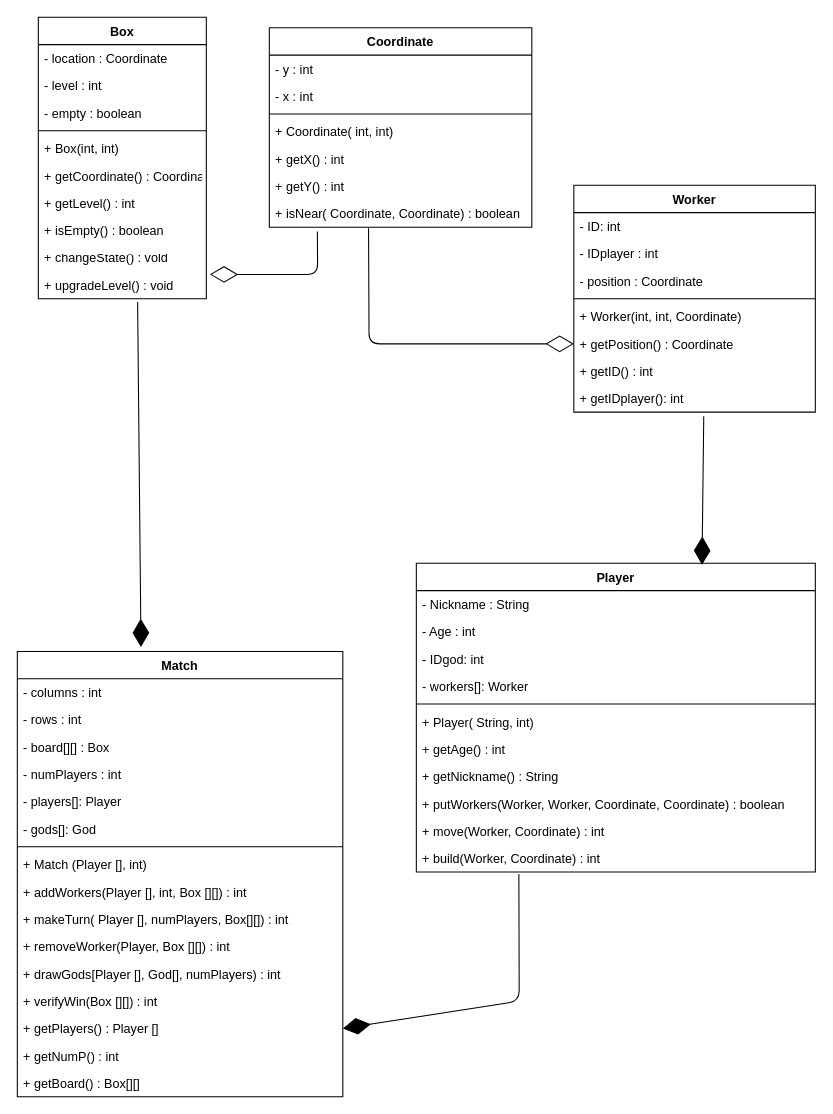
Before: UMLproject.drawio in MancoCarlo/MultiplayerGame_Santorini, a draw.io diagram. Source tidied: cells renumbered, new cells numbered last; positions are measured from the earlier drawing's top-left corner, leaving out a move shared by most shapes. Both pictures are drawn from the tidied source at 105%, with x=0, y=0 at pixel (17, 17).
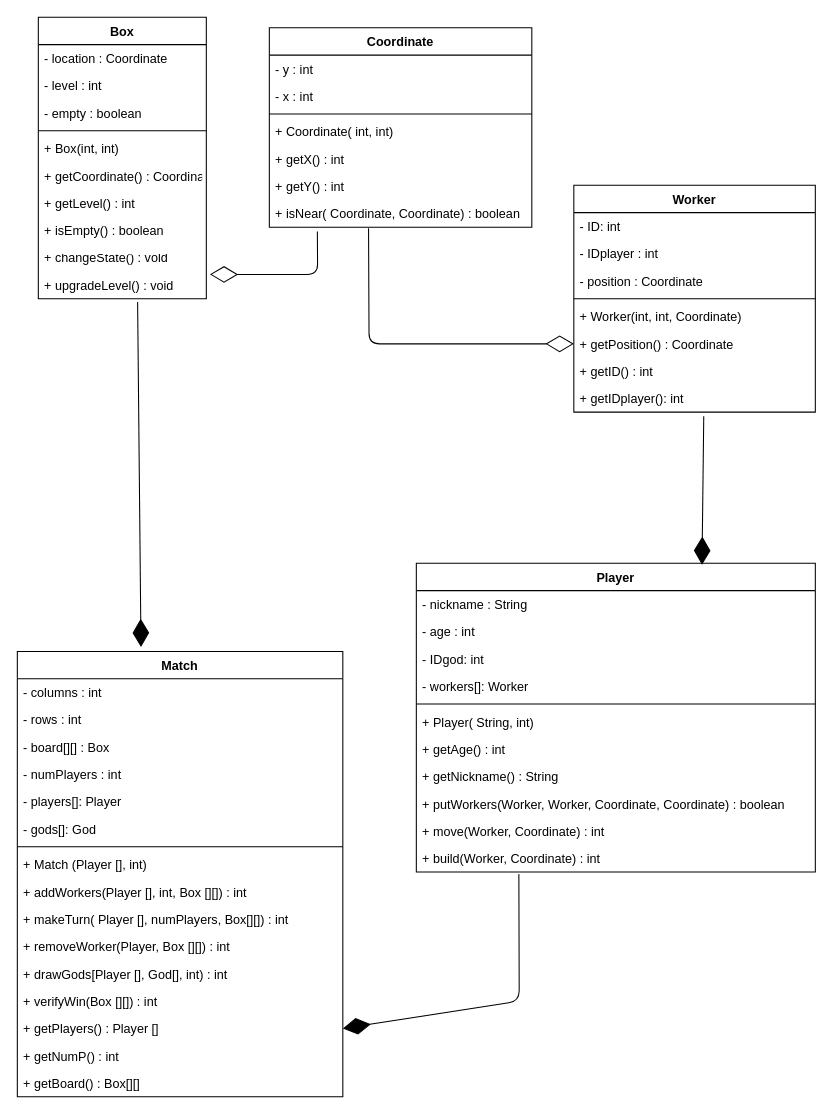
The same page after the edit.

The change refers to these unchanged cells:
```xml
<mxCell id="35" value="Match" style="swimlane;fontStyle=1;align=center;verticalAlign=top;horizontal=1;startSize=26;fillColor=none;" parent="1" vertex="1">
  <mxGeometry y="604" width="310" height="424" as="geometry" />
</mxCell>
<mxCell id="52" value="Player" style="swimlane;fontStyle=1;align=center;verticalAlign=top;horizontal=1;startSize=26;fillColor=none;" parent="1" vertex="1">
  <mxGeometry x="380" y="520" width="380" height="294" as="geometry" />
</mxCell>
```

Diff of the diagram source:
```diff
@@
-    <mxCell id="47" value="+ drawGods[Player [], God[], numPlayers) : int" style="text;strokeColor=none;fillColor=none;align=left;verticalAlign=top;spacingLeft=4;spacingRight=4;overflow=hidden;" parent="35" vertex="1">
+    <mxCell id="47" value="+ drawGods[Player [], God[], int) : int" style="text;strokeColor=none;fillColor=none;align=left;verticalAlign=top;spacingLeft=4;spacingRight=4;overflow=hidden;" parent="35" vertex="1">
       <mxGeometry y="294" width="310" height="26" as="geometry" />
     </mxCell>
@@
-    <mxCell id="53" value="- Nickname : String" style="text;strokeColor=none;fillColor=none;align=left;verticalAlign=top;spacingLeft=4;spacingRight=4;overflow=hidden;" parent="52" vertex="1">
+    <mxCell id="53" value="- nickname : String" style="text;strokeColor=none;fillColor=none;align=left;verticalAlign=top;spacingLeft=4;spacingRight=4;overflow=hidden;" parent="52" vertex="1">
       <mxGeometry y="26" width="380" height="26" as="geometry" />
     </mxCell>
-    <mxCell id="54" value="- Age : int " style="text;strokeColor=none;fillColor=none;align=left;verticalAlign=top;spacingLeft=4;spacingRight=4;overflow=hidden;" parent="52" vertex="1">
+    <mxCell id="54" value="- age : int " style="text;strokeColor=none;fillColor=none;align=left;verticalAlign=top;spacingLeft=4;spacingRight=4;overflow=hidden;" parent="52" vertex="1">
       <mxGeometry y="52" width="380" height="26" as="geometry" />
     </mxCell>
```
